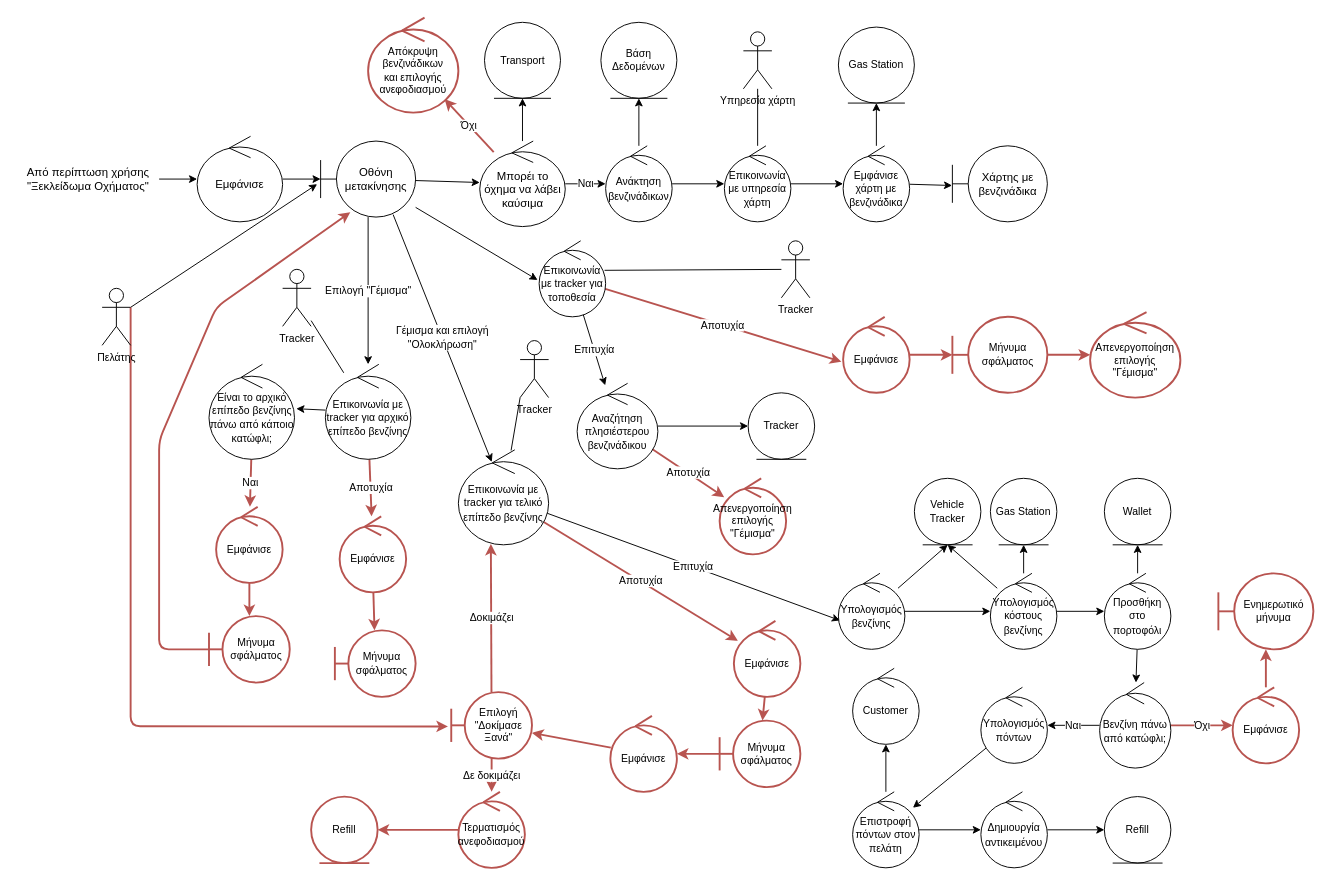
The draw.io diagram Part_2/Robustness/diagrams/13_Ανεφοδιασμός_Οχήματος.drawio in Nikolis2002/texnoligia_logismikou, before the edit. Source tidied: cells renumbered, new cells numbered last; positions are measured from the earlier drawing's top-left corner, leaving out a move shared by most shapes. Both pictures are drawn from the tidied source at 95%, with x=0, y=0 at pixel (16, 17).
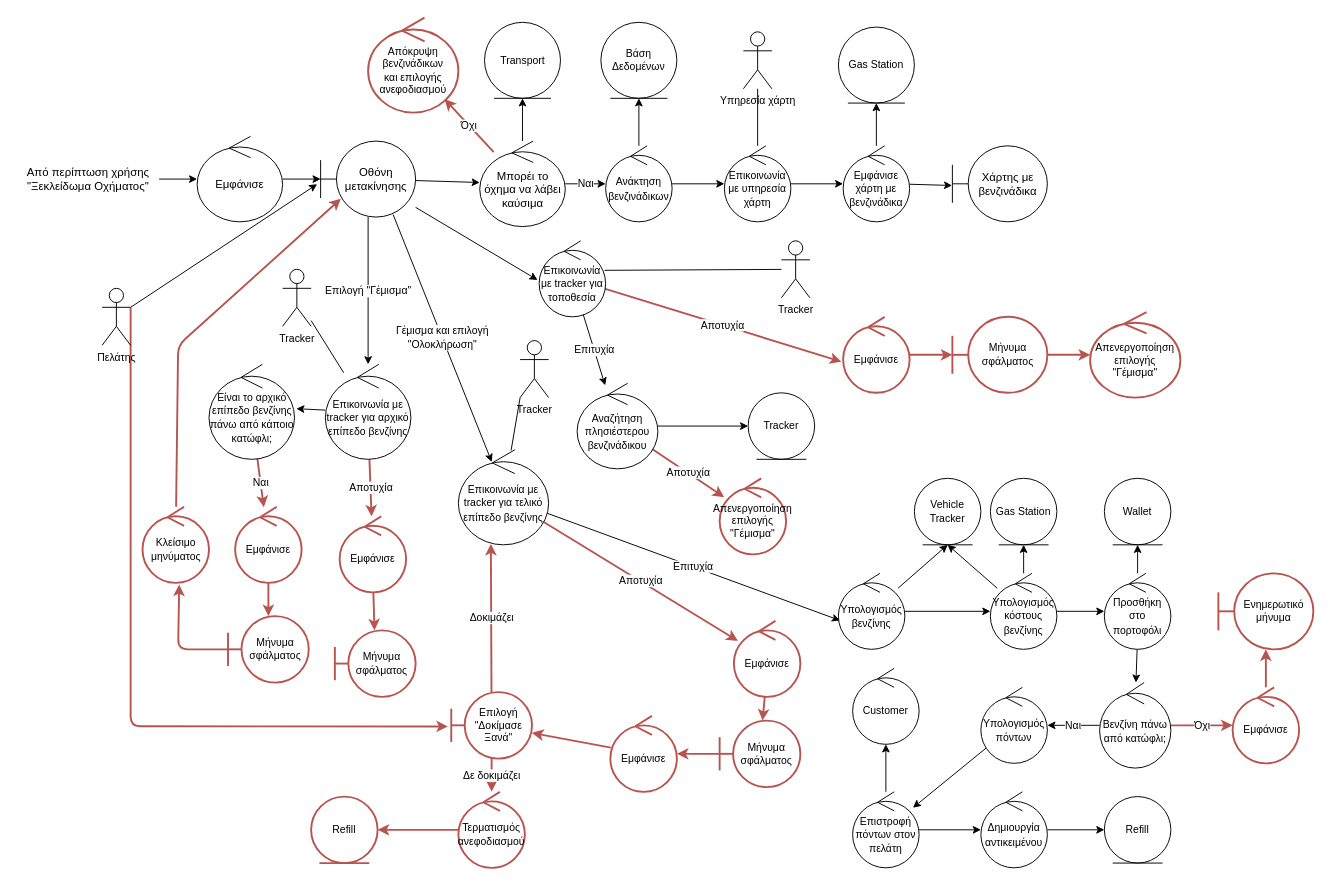
Above is the later version.

The change refers to these unchanged cells:
```xml
<mxCell id="94" value="Οθόνη μετακίνησης" style="shape=umlBoundary;whiteSpace=wrap;html=1;" parent="1" vertex="1">
  <mxGeometry x="320" y="130" width="100" height="80" as="geometry" />
</mxCell>
```

Diff of the diagram source:
```diff
@@
     <mxCell id="104" value="&lt;font style=&quot;font-size: 11px;&quot;&gt;Εμφάνισε&lt;/font&gt;" style="ellipse;shape=umlControl;whiteSpace=wrap;html=1;fontSize=11;fillColor=none;strokeColor=#b85450;strokeWidth=2;" parent="1" vertex="1">
-      <mxGeometry x="210" y="515" width="70" height="80" as="geometry" />
+      <mxGeometry x="230" y="515" width="70" height="80" as="geometry" />
     </mxCell>
-    <mxCell id="105" style="edgeStyle=none;html=1;entryX=0.313;entryY=0.935;entryDx=0;entryDy=0;entryPerimeter=0;endArrow=classic;endFill=1;fillColor=none;strokeColor=#b85450;strokeWidth=2;" parent="1" edge="1" source="106" target="94">
-      <mxGeometry relative="1" as="geometry">
-        <Array as="points">
-          <mxPoint x="150" y="665" />
-          <mxPoint x="150" y="445" />
-          <mxPoint x="210" y="305" />
-        </Array>
-      </mxGeometry>
-    </mxCell>
+    <mxCell id="107" style="edgeStyle=none;html=1;entryX=0.552;entryY=1.023;entryDx=0;entryDy=0;entryPerimeter=0;endArrow=classic;endFill=1;fillColor=none;strokeColor=#b85450;strokeWidth=2;" parent="1" edge="1" source="106" target="109">
+      <mxGeometry relative="1" as="geometry">
+        <Array as="points">
+          <mxPoint x="170" y="665" />
+        </Array>
+      </mxGeometry>
+    </mxCell>
     <mxCell id="106" value="Μήνυμα σφάλματος" style="shape=umlBoundary;whiteSpace=wrap;html=1;fontSize=11;fillColor=none;strokeColor=#b85450;strokeWidth=2;" parent="1" vertex="1">
-      <mxGeometry x="202.5" y="630" width="85" height="70" as="geometry" />
+      <mxGeometry x="222.5" y="630" width="85" height="70" as="geometry" />
     </mxCell>
+    <mxCell id="108" style="edgeStyle=none;html=1;entryX=0.213;entryY=0.76;entryDx=0;entryDy=0;entryPerimeter=0;endArrow=classic;endFill=1;fillColor=none;strokeColor=#b85450;strokeWidth=2;" parent="1" edge="1" source="109" target="94">
+      <mxGeometry relative="1" as="geometry">
+        <Array as="points">
+          <mxPoint x="170" y="345" />
+        </Array>
+      </mxGeometry>
+    </mxCell>
+    <mxCell id="109" value="Κλείσιμο μηνύματος" style="ellipse;shape=umlControl;whiteSpace=wrap;html=1;fontSize=11;fillColor=none;strokeColor=#b85450;strokeWidth=2;" parent="1" vertex="1">
+      <mxGeometry x="132.5" y="515" width="70" height="80" as="geometry" />
+    </mxCell>
```
